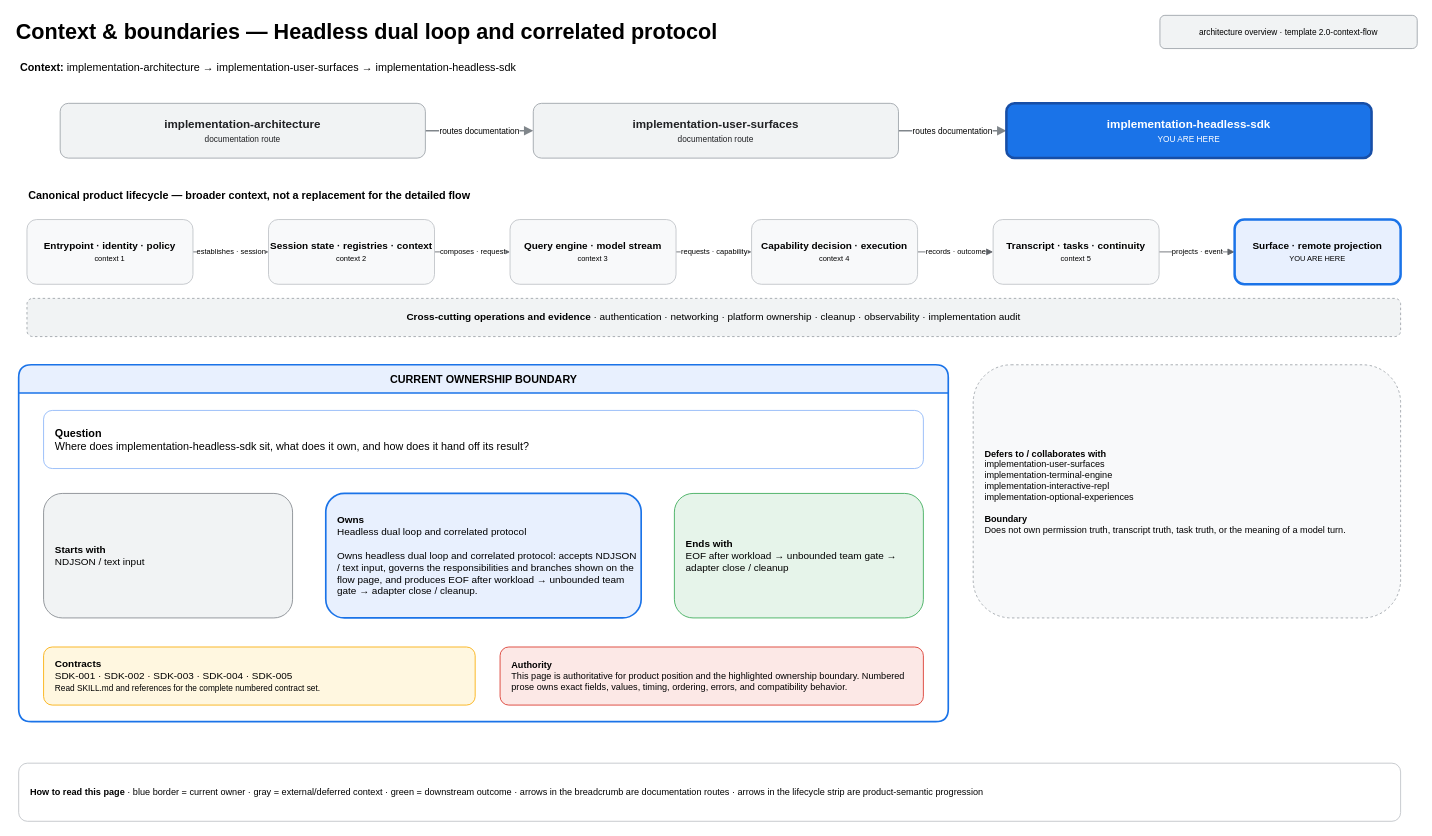
greenpau/agentx keeps this draw.io diagram as page "01 — Context & Boundaries" (1 of 2) of .codex/skills/implementation-headless-sdk/assets/architecture.drawio. Above is the earlier version. Source tidied: cells renumbered, new cells numbered last; positions are measured from the earlier drawing's top-left corner, leaving out a move shared by most shapes. Both pictures are drawn from the tidied source at 83%, with x=0, y=0 at pixel (14, 14).
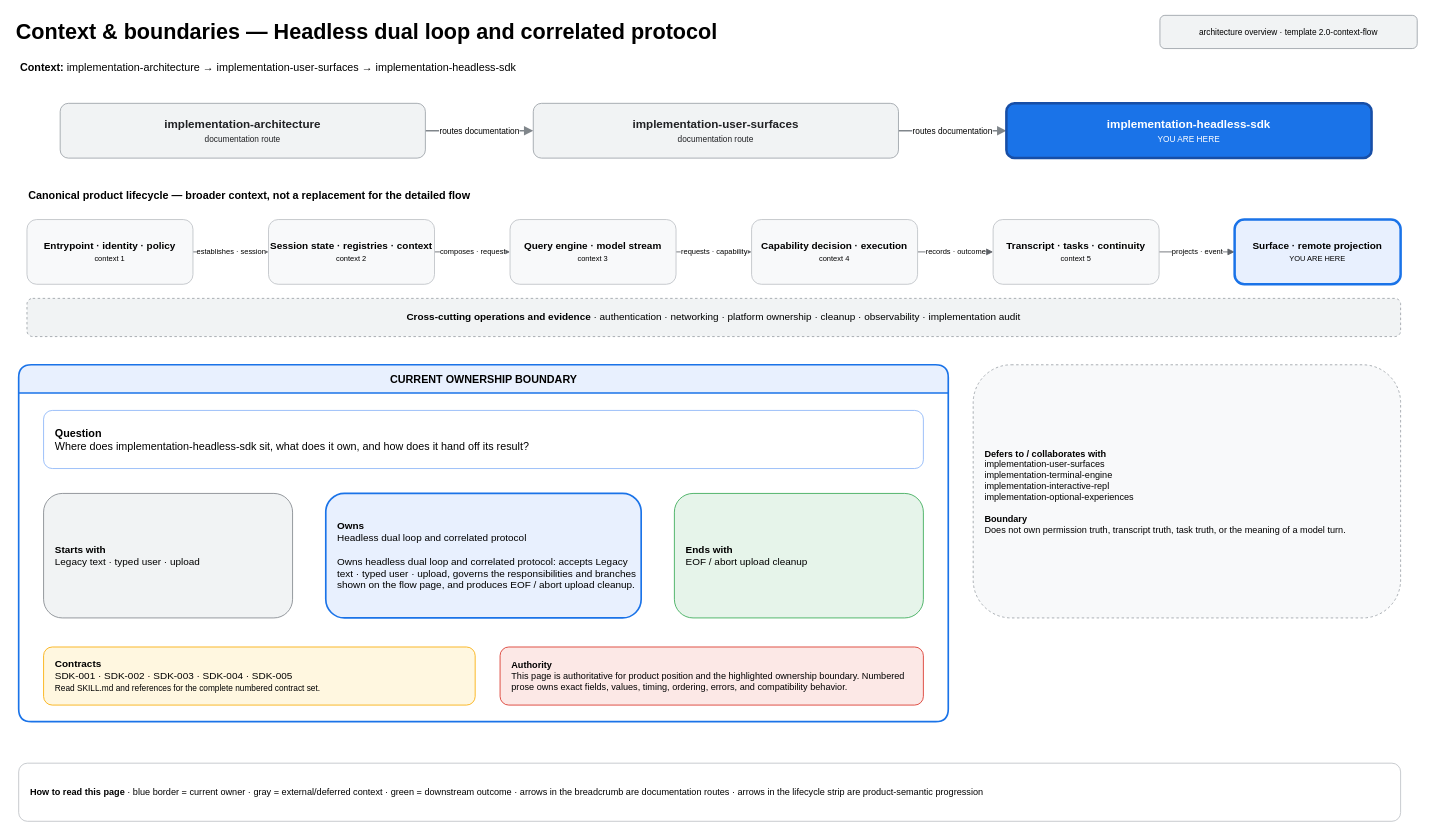
After the change.

Diff of the diagram source:
```diff
@@
-    <mxCell id="25" value="&lt;b&gt;Starts with&lt;/b&gt;&lt;br&gt;NDJSON / text input" style="rounded=1;whiteSpace=wrap;html=1;fillColor=#f1f3f4;strokeColor=#80868b;fontSize=12;align=left;spacingLeft=12;" parent="1" vertex="1">
+    <mxCell id="25" value="&lt;b&gt;Starts with&lt;/b&gt;&lt;br&gt;Legacy text · typed user · upload" style="rounded=1;whiteSpace=wrap;html=1;fillColor=#f1f3f4;strokeColor=#80868b;fontSize=12;align=left;spacingLeft=12;" parent="1" vertex="1">
       <mxGeometry x="35" y="577" width="300" height="150" as="geometry" />
     </mxCell>
-    <mxCell id="26" value="&lt;b&gt;Owns&lt;/b&gt;&lt;br&gt;Headless dual loop and correlated protocol&lt;br&gt;&lt;br&gt;Owns headless dual loop and correlated protocol: accepts NDJSON / text input, governs the responsibilities and branches shown on the flow page, and produces EOF after workload → unbounded team gate → adapter close / cleanup." style="rounded=1;whiteSpace=wrap;html=1;fillColor=#e8f0fe;strokeColor=#1a73e8;strokeWidth=2;fontSize=12;align=left;spacingLeft=12;" parent="1" vertex="1">
+    <mxCell id="26" value="&lt;b&gt;Owns&lt;/b&gt;&lt;br&gt;Headless dual loop and correlated protocol&lt;br&gt;&lt;br&gt;Owns headless dual loop and correlated protocol: accepts Legacy text · typed user · upload, governs the responsibilities and branches shown on the flow page, and produces EOF / abort upload cleanup." style="rounded=1;whiteSpace=wrap;html=1;fillColor=#e8f0fe;strokeColor=#1a73e8;strokeWidth=2;fontSize=12;align=left;spacingLeft=12;" parent="1" vertex="1">
       <mxGeometry x="375" y="577" width="380" height="150" as="geometry" />
     </mxCell>
-    <mxCell id="27" value="&lt;b&gt;Ends with&lt;/b&gt;&lt;br&gt;EOF after workload → unbounded team gate → adapter close / cleanup" style="rounded=1;whiteSpace=wrap;html=1;fillColor=#e6f4ea;strokeColor=#34a853;fontSize=12;align=left;spacingLeft=12;" parent="1" vertex="1">
+    <mxCell id="27" value="&lt;b&gt;Ends with&lt;/b&gt;&lt;br&gt;EOF / abort upload cleanup" style="rounded=1;whiteSpace=wrap;html=1;fillColor=#e6f4ea;strokeColor=#34a853;fontSize=12;align=left;spacingLeft=12;" parent="1" vertex="1">
       <mxGeometry x="795" y="577" width="300" height="150" as="geometry" />
     </mxCell>
```
